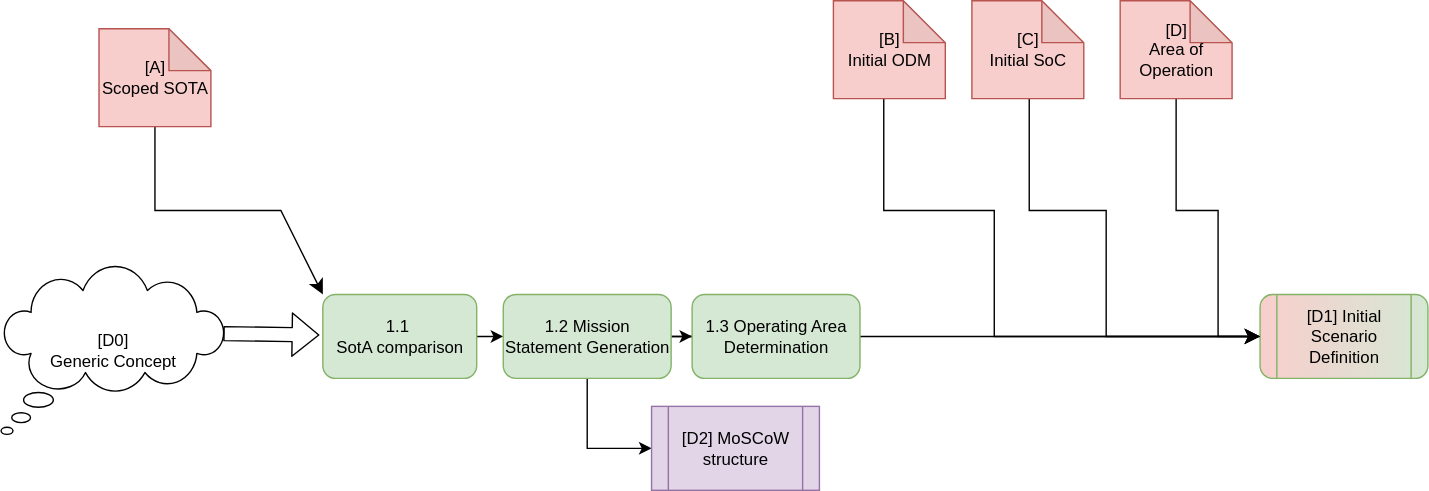
The draw.io diagram diagrams/step-1.svg in TortoiseFather/sacred-site, before a commit. Source tidied: cells renumbered, new cells last; positions are measured from the earlier drawing's top-left corner, leaving out a move shared by most shapes.
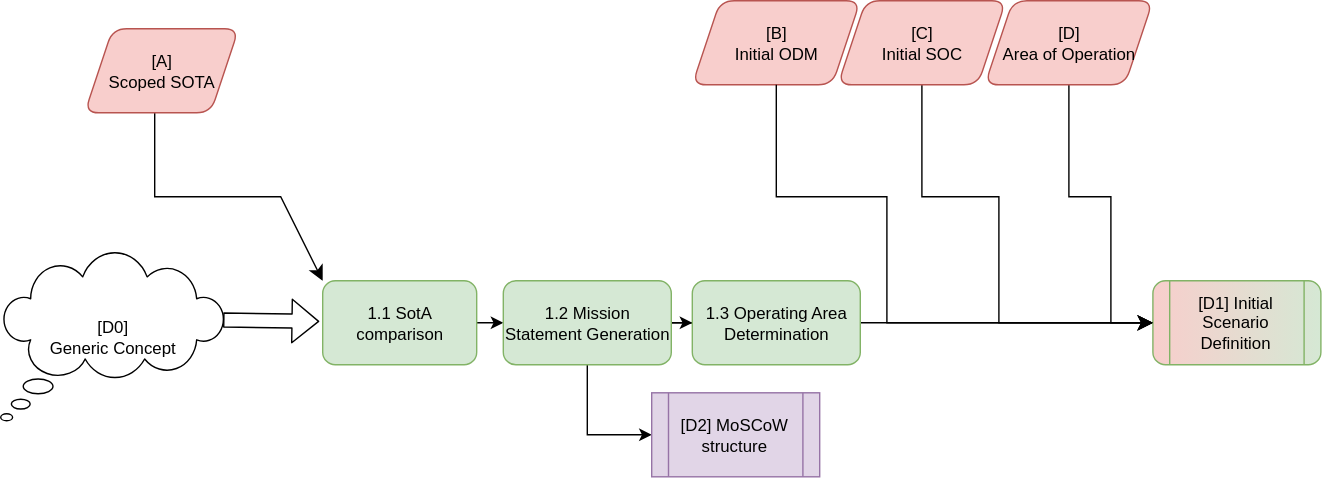
The same diagram one commit later.

What changed in the source:
```diff
@@ -1,4 +1,4 @@
-<mxGraphModel>
+<mxGraphModel background="#ffffff">
   <root>
     <mxCell id="0" />
     <mxCell id="1" parent="0" />
@@ -36,63 +36,62 @@
         </Array>
       </mxGeometry>
     </mxCell>
+    <mxCell id="18" value="&lt;div&gt;&lt;span style=&quot;color: rgb(0, 0, 0);&quot;&gt;[A]&lt;/span&gt;&lt;/div&gt;&lt;div&gt;&lt;span style=&quot;color: rgb(0, 0, 0);&quot;&gt;Scoped SOTA&lt;/span&gt;&lt;/div&gt;" style="shape=parallelogram;perimeter=parallelogramPerimeter;whiteSpace=wrap;html=1;fixedSize=1;rounded=1;strokeColor=#b85450;fillColor=#f8cecc;" parent="1" vertex="1">
+      <mxGeometry x="60" y="30" width="110" height="60" as="geometry" />
+    </mxCell>
-    <mxCell id="10" value="&lt;div&gt;1.1&amp;nbsp;&lt;/div&gt;&lt;div&gt;SotA comparison&lt;/div&gt;" style="rounded=1;whiteSpace=wrap;html=1;strokeColor=#82b366;fillColor=#d5e8d4;" parent="1" vertex="1">
+    <mxCell id="10" value="1.1 SotA comparison" style="rounded=1;whiteSpace=wrap;html=1;strokeColor=#82b366;fillColor=#d5e8d4;" parent="1" vertex="1">
       <mxGeometry x="230" y="210" width="110" height="60" as="geometry" />
     </mxCell>
-    <mxCell id="11" style="edgeStyle=none;curved=1;rounded=1;jettySize=auto;html=1;entryX=0;entryY=0.5;entryDx=0;entryDy=0;fontSize=12;startSize=8;endSize=8;strokeColor=#000000;" parent="1" edge="1" source="12" target="14">
-      <mxGeometry relative="1" as="geometry" />
+    <mxCell id="11" style="edgeStyle=none;curved=1;rounded=1;jettySize=auto;html=1;entryX=0;entryY=0.5;entryDx=0;entryDy=0;fontSize=12;startSize=8;endSize=8;strokeColor=#000000;" parent="1" edge="1" target="14">
+      <mxGeometry relative="1" as="geometry">
+        <mxPoint x="537" y="240" as="sourcePoint" />
+      </mxGeometry>
     </mxCell>
     <mxCell id="12" value="1.3 Operating Area Determination" style="rounded=1;whiteSpace=wrap;html=1;strokeColor=#82b366;fillColor=#d5e8d4;" parent="1" vertex="1">
       <mxGeometry x="494" y="210" width="120" height="60" as="geometry" />
     </mxCell>
-    <mxCell id="13" style="edgeStyle=none;curved=0;rounded=0;orthogonalLoop=1;jettySize=auto;html=1;entryX=0;entryY=0.5;entryDx=0;entryDy=0;fontSize=12;startSize=8;endSize=8;strokeColor=#000000;" parent="1" edge="1">
+    <mxCell id="13" style="edgeStyle=none;curved=0;rounded=0;jettySize=auto;html=1;entryX=0;entryY=0.5;entryDx=0;entryDy=0;fontSize=12;startSize=8;endSize=8;strokeColor=#000000;" parent="1" edge="1" source="21">
       <mxGeometry relative="1" as="geometry">
-        <mxPoint x="840" y="70" as="sourcePoint" />
-        <mxPoint x="930" y="240" as="targetPoint" />
+        <mxPoint x="853" y="240" as="targetPoint" />
         <Array as="points">
-          <mxPoint x="840" y="150" />
-          <mxPoint x="870" y="150" />
-          <mxPoint x="870" y="240" />
+          <mxPoint x="763" y="150" />
+          <mxPoint x="793" y="150" />
+          <mxPoint x="793" y="240" />
         </Array>
       </mxGeometry>
     </mxCell>
+    <mxCell id="21" value="[D]&lt;div&gt;&lt;span style=&quot;color: rgb(0, 0, 0);&quot;&gt;Area of Operation&lt;/span&gt;&lt;/div&gt;" style="shape=parallelogram;perimeter=parallelogramPerimeter;whiteSpace=wrap;html=1;fixedSize=1;rounded=1;strokeColor=#b85450;fillColor=#f8cecc;" parent="1" vertex="1">
+      <mxGeometry x="703" y="10" width="120" height="60" as="geometry" />
+    </mxCell>
     <mxCell id="14" value="[D1] Initial Scenario Definition" style="shape=process;whiteSpace=wrap;html=1;backgroundOutline=1;rounded=1;strokeColor=#82b366;fillColor=#d5e8d4;gradientDirection=west;gradientColor=#F8CECC;" parent="1" vertex="1">
-      <mxGeometry x="900" y="210" width="120" height="60" as="geometry" />
+      <mxGeometry x="823" y="210" width="120" height="60" as="geometry" />
     </mxCell>
+    <mxCell id="19" value="&lt;div&gt;&lt;span style=&quot;color: rgb(0, 0, 0);&quot;&gt;[B]&lt;/span&gt;&lt;/div&gt;&lt;div&gt;&lt;span style=&quot;color: rgb(0, 0, 0);&quot;&gt;Initial ODM&lt;/span&gt;&lt;/div&gt;" style="shape=parallelogram;perimeter=parallelogramPerimeter;whiteSpace=wrap;html=1;fixedSize=1;rounded=1;strokeColor=#b85450;fillColor=#f8cecc;" parent="1" vertex="1">
+      <mxGeometry x="494" y="10" width="120" height="60" as="geometry" />
+    </mxCell>
-    <mxCell id="15" style="edgeStyle=none;curved=0;rounded=0;jettySize=auto;html=1;exitX=0.5;exitY=1;exitDx=0;exitDy=0;entryX=0;entryY=0.5;entryDx=0;entryDy=0;fontSize=12;startSize=8;endSize=8;strokeColor=#000000;" parent="1" edge="1" target="14">
+    <mxCell id="15" style="edgeStyle=none;curved=0;rounded=0;jettySize=auto;html=1;exitX=0.5;exitY=1;exitDx=0;exitDy=0;entryX=0;entryY=0.5;entryDx=0;entryDy=0;fontSize=12;startSize=8;endSize=8;strokeColor=#000000;" parent="1" edge="1" source="22" target="14">
       <mxGeometry relative="1" as="geometry">
-        <mxPoint x="735" y="70" as="sourcePoint" />
         <Array as="points">
-          <mxPoint x="735" y="150" />
-          <mxPoint x="790" y="150" />
-          <mxPoint x="790" y="240" />
+          <mxPoint x="658" y="150" />
+          <mxPoint x="713" y="150" />
+          <mxPoint x="713" y="240" />
         </Array>
       </mxGeometry>
     </mxCell>
+    <mxCell id="22" value="&lt;span style=&quot;color: rgb(0, 0, 0);&quot;&gt;[C]&lt;/span&gt;&lt;div&gt;&lt;span style=&quot;color: rgb(0, 0, 0);&quot;&gt;Initial SOC&lt;/span&gt;&lt;/div&gt;" style="shape=parallelogram;perimeter=parallelogramPerimeter;whiteSpace=wrap;html=1;fixedSize=1;rounded=1;strokeColor=#b85450;fillColor=#f8cecc;" parent="1" vertex="1">
+      <mxGeometry x="598" y="10" width="120" height="60" as="geometry" />
+    </mxCell>
-    <mxCell id="16" style="endArrow=classic;html=1;rounded=0;fontSize=12;startSize=8;endSize=8;curved=0;exitX=0.5;exitY=1;exitDx=0;exitDy=0;entryX=0;entryY=0.5;entryDx=0;entryDy=0;strokeColor=#000000;" parent="1" edge="1" target="14">
+    <mxCell id="16" style="endArrow=classic;html=1;rounded=0;fontSize=12;startSize=8;endSize=8;curved=0;exitX=0.5;exitY=1;exitDx=0;exitDy=0;entryX=0;entryY=0.5;entryDx=0;entryDy=0;strokeColor=#000000;" parent="1" edge="1" source="19" target="14">
       <mxGeometry relative="1" as="geometry">
-        <mxPoint x="631" y="70" as="sourcePoint" />
         <Array as="points">
-          <mxPoint x="631" y="150" />
-          <mxPoint x="710" y="150" />
-          <mxPoint x="710" y="240" />
+          <mxPoint x="554" y="150" />
+          <mxPoint x="633" y="150" />
+          <mxPoint x="633" y="240" />
         </Array>
       </mxGeometry>
     </mxCell>
     <mxCell id="17" value="&lt;div&gt;&lt;span style=&quot;color: rgb(0, 0, 0);&quot;&gt;[D2] MoSCoW structure&lt;/span&gt;&lt;/div&gt;" style="shape=process;whiteSpace=wrap;html=1;backgroundOutline=1;fillColor=#e1d5e7;strokeColor=#9673a6;gradientDirection=west;" parent="1" vertex="1">
       <mxGeometry x="465" y="290" width="120" height="60" as="geometry" />
     </mxCell>
-    <mxCell id="18" value="&lt;div&gt;&lt;span style=&quot;color: rgb(0, 0, 0);&quot;&gt;[A]&lt;/span&gt;&lt;/div&gt;&lt;div&gt;&lt;span style=&quot;color: rgb(0, 0, 0);&quot;&gt;Scoped SOTA&lt;/span&gt;&lt;/div&gt;" style="shape=note;whiteSpace=wrap;html=1;backgroundOutline=1;darkOpacity=0.05;fillColor=#f8cecc;strokeColor=#b85450;" parent="1" vertex="1">
-      <mxGeometry x="70" y="20" width="80" height="70" as="geometry" />
-    </mxCell>
-    <mxCell id="19" value="&lt;div&gt;[B]&lt;/div&gt;&lt;div&gt;Initial ODM&lt;/div&gt;" style="shape=note;whiteSpace=wrap;html=1;backgroundOutline=1;darkOpacity=0.05;fillColor=#f8cecc;strokeColor=#b85450;" parent="1" vertex="1">
-      <mxGeometry x="595" width="80" height="70" as="geometry" />
-    </mxCell>
-    <mxCell id="20" value="&lt;div&gt;[C]&lt;/div&gt;&lt;div&gt;Initial SoC&lt;/div&gt;" style="shape=note;whiteSpace=wrap;html=1;backgroundOutline=1;darkOpacity=0.05;fillColor=#f8cecc;strokeColor=#b85450;" parent="1" vertex="1">
-      <mxGeometry x="694" width="80" height="70" as="geometry" />
-    </mxCell>
-    <mxCell id="21" value="&lt;div&gt;[D]&lt;/div&gt;&lt;div&gt;Area of Operation&lt;/div&gt;" style="shape=note;whiteSpace=wrap;html=1;backgroundOutline=1;darkOpacity=0.05;fillColor=#f8cecc;strokeColor=#b85450;" parent="1" vertex="1">
-      <mxGeometry x="800" width="80" height="70" as="geometry" />
-    </mxCell>
   </root>
 </mxGraphModel>
```
